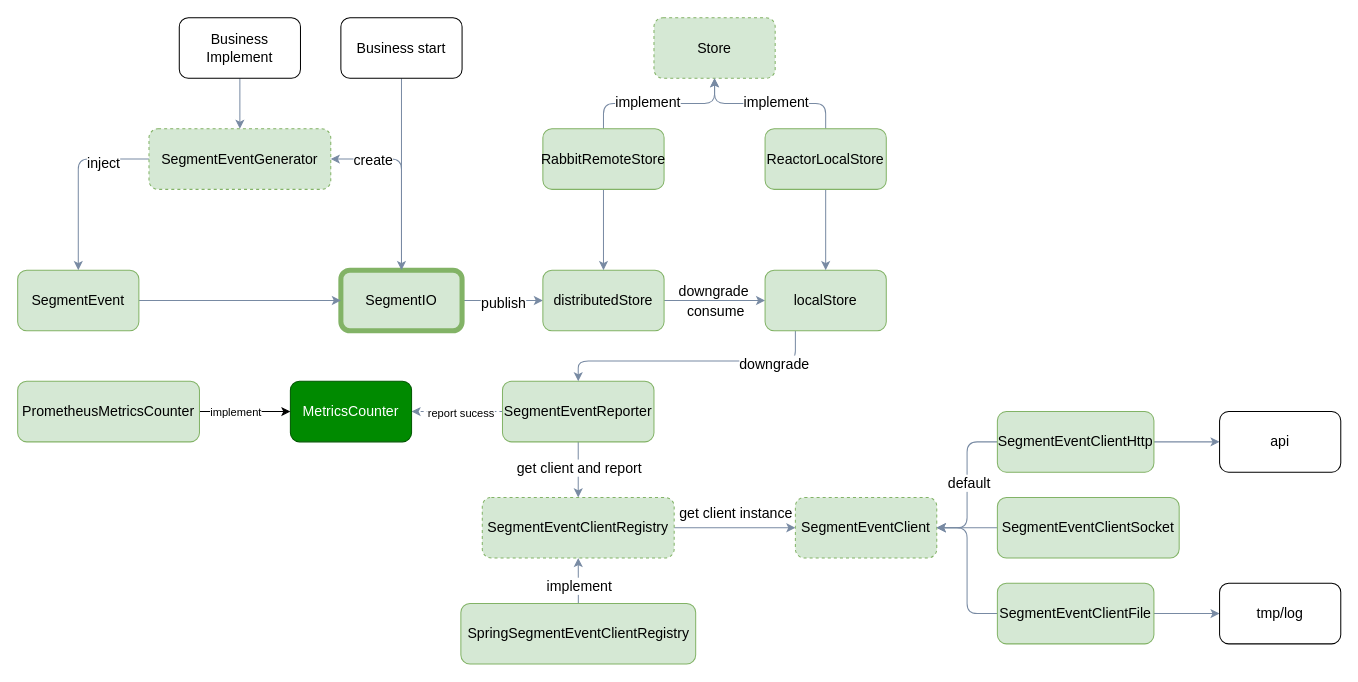
Before: assets/SegmentEvent-V2.drawio in sheldon-pacvue/segmenet-event, a draw.io diagram. Source tidied: cells renumbered, new cells numbered last; positions are measured from the earlier drawing's top-left corner, leaving out a move shared by most shapes. Both pictures are drawn from the tidied source at 101%, with x=0, y=0 at pixel (17, 17).
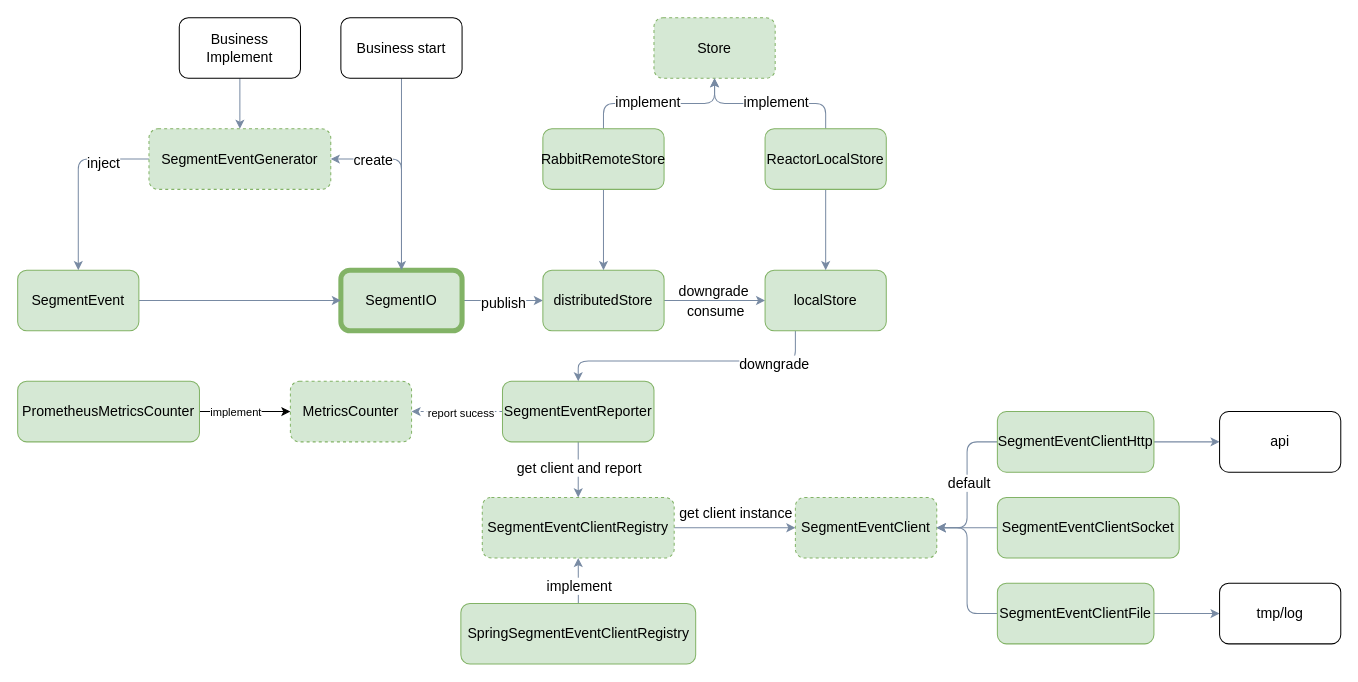
The same diagram, later.

Change to the diagram source:
```diff
@@
-    <mxCell id="40" value="MetricsCounter" style="rounded=1;whiteSpace=wrap;html=1;strokeColor=#005700;fontColor=#ffffff;fillColor=#008a00;labelBackgroundColor=none;fontSize=14;" parent="1" vertex="1">
+    <mxCell id="40" value="MetricsCounter" style="rounded=1;whiteSpace=wrap;html=1;strokeColor=#82b366;fillColor=#d5e8d4;labelBackgroundColor=none;fontSize=14;dashed=1;" parent="1" vertex="1">
       <mxGeometry x="270" y="360" width="120" height="60" as="geometry" />
     </mxCell>
```
